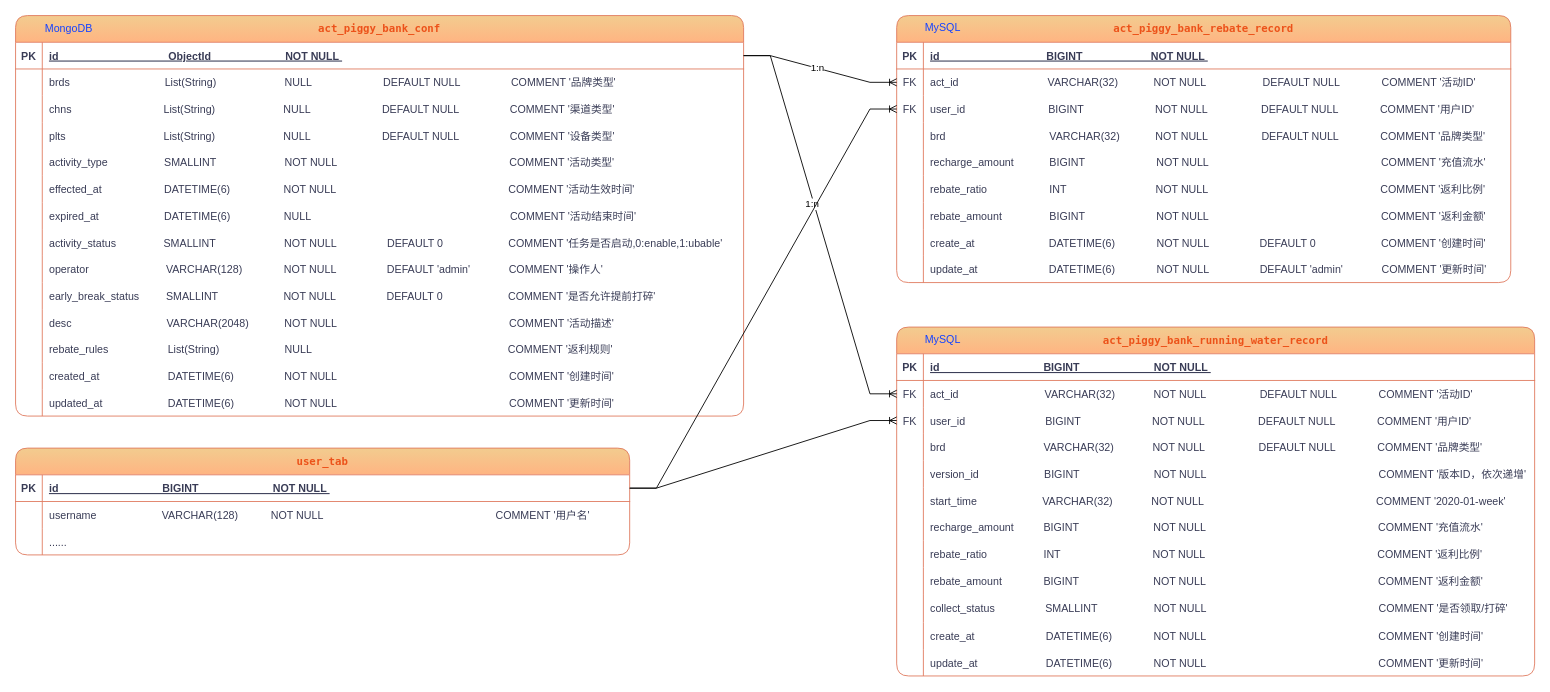
Before: 存钱罐.drawio in 1325075688gw/-offer, a draw.io diagram. Source tidied: cells renumbered, new cells numbered last; positions are measured from the earlier drawing's top-left corner, leaving out a move shared by most shapes. Both pictures are drawn from the tidied source at 89%, with x=0, y=0 at pixel (15, 15).
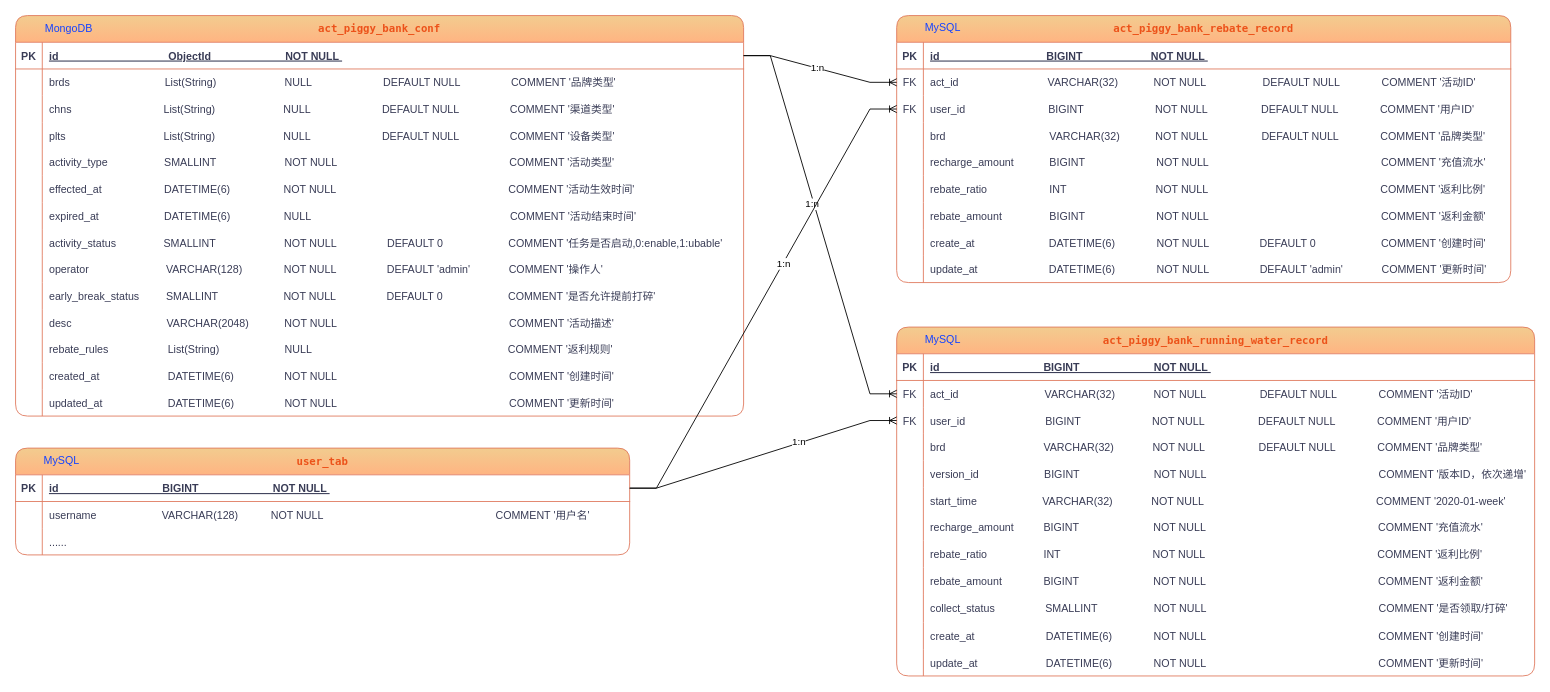
Above is the later version.

Commit message:
更新存钱罐.drawio

The change refers to these unchanged cells:
```xml
<mxCell id="132" style="edgeStyle=entityRelationEdgeStyle;fontSize=12;html=1;endArrow=ERoneToMany;rounded=0;exitX=1;exitY=0.5;exitDx=0;exitDy=0;" parent="1" edge="1" source="123" target="87">
  <mxGeometry relative="1" as="geometry" />
</mxCell>
<mxCell id="133" style="edgeStyle=entityRelationEdgeStyle;fontSize=12;html=1;endArrow=ERoneToMany;rounded=0;exitX=1;exitY=0.5;exitDx=0;exitDy=0;entryX=0;entryY=0.5;entryDx=0;entryDy=0;" parent="1" edge="1" source="123" target="57">
  <mxGeometry relative="1" as="geometry" />
</mxCell>
```

Diff of the diagram source:
```diff
@@
+    <mxCell id="134" value="1:n" style="edgeLabel;html=1;align=center;verticalAlign=middle;" parent="132" vertex="1">
+      <mxGeometry x="0.27" y="3" relative="1" as="geometry">
+        <mxPoint y="1" as="offset" />
+      </mxGeometry>
+    </mxCell>
@@
+    <mxCell id="135" value="1:n" style="edgeLabel;html=1;align=center;verticalAlign=middle;" parent="133" vertex="1">
+      <mxGeometry x="0.17" relative="1" as="geometry">
+        <mxPoint y="1" as="offset" />
+      </mxGeometry>
+    </mxCell>
+    <mxCell id="136" value="&lt;div style=&quot;text-align: center;&quot;&gt;&lt;span style=&quot;background-color: initial;&quot;&gt;MySQL&lt;/span&gt;&lt;/div&gt;" style="text;whiteSpace=wrap;html=1;fontColor=#1443FF;" parent="1" vertex="1">
+      <mxGeometry x="30" y="486" width="90" height="40" as="geometry" />
+    </mxCell>
```
